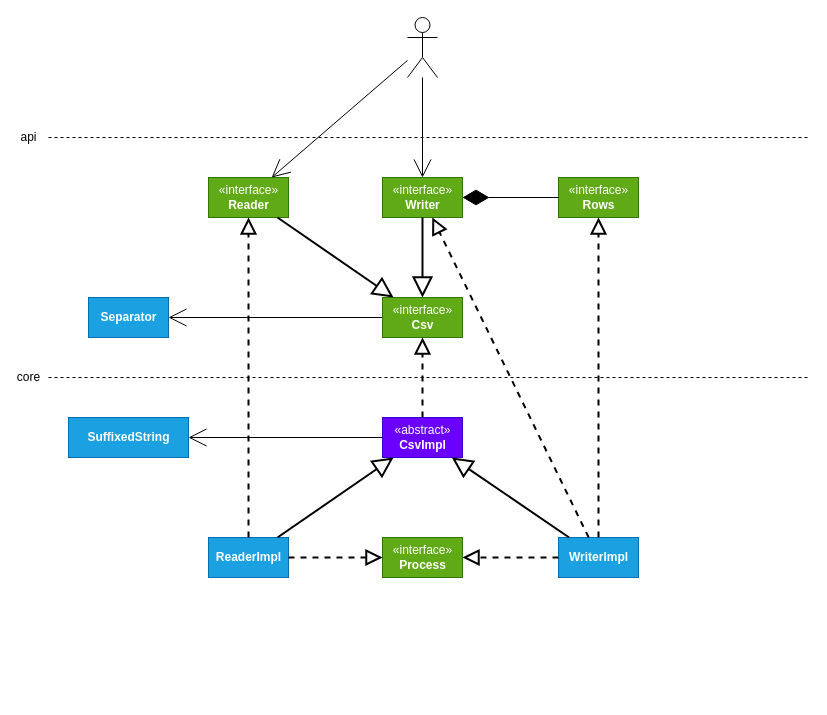
The draw.io diagram docs/type-system.drawio in kotools/types, before the edit. Source tidied: cells renumbered, new cells numbered last; positions are measured from the earlier drawing's top-left corner, leaving out a move shared by most shapes. Both pictures are drawn from the tidied source at 100%, with x=0, y=0 at pixel (48, 17).
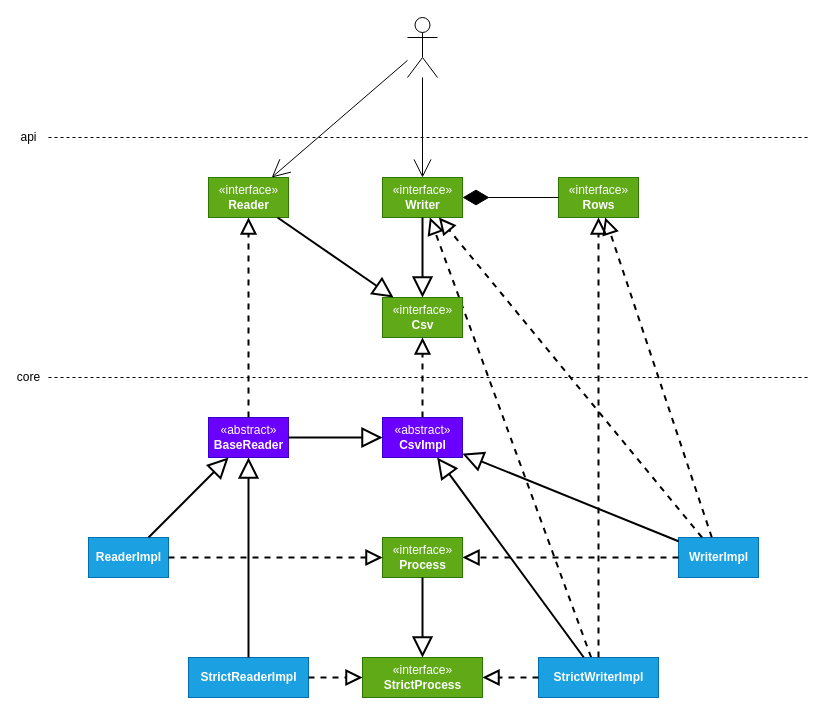
Above is the later version.

Commit message:
docs(#7): update type system docs

The change refers to these unchanged cells:
```xml
<mxCell id="5" value="«interface»&lt;br&gt;&lt;b&gt;Reader&lt;/b&gt;" style="html=1;fillColor=#60a917;fontColor=#ffffff;strokeColor=#2D7600;" parent="1" vertex="1">
  <mxGeometry x="160" y="160" width="80" height="40" as="geometry" />
</mxCell>
<mxCell id="6" value="«interface»&lt;br&gt;&lt;b&gt;Writer&lt;/b&gt;" style="html=1;fillColor=#60a917;fontColor=#ffffff;strokeColor=#2D7600;" parent="1" vertex="1">
  <mxGeometry x="334" y="160" width="80" height="40" as="geometry" />
</mxCell>
<mxCell id="8" value="«interface»&lt;br&gt;&lt;b&gt;Csv&lt;/b&gt;" style="html=1;fillColor=#60a917;fontColor=#ffffff;strokeColor=#2D7600;" parent="1" vertex="1">
  <mxGeometry x="334" y="280" width="80" height="40" as="geometry" />
</mxCell>
<mxCell id="11" value="«abstract»&lt;br&gt;&lt;b&gt;CsvImpl&lt;/b&gt;" style="html=1;fillColor=#6a00ff;fontColor=#ffffff;strokeColor=#3700CC;" parent="1" vertex="1">
  <mxGeometry x="334" y="400" width="80" height="40" as="geometry" />
</mxCell>
<mxCell id="18" value="«interface»&lt;br&gt;&lt;b&gt;Process&lt;/b&gt;" style="html=1;fillColor=#60a917;fontColor=#ffffff;strokeColor=#2D7600;" parent="1" vertex="1">
  <mxGeometry x="334" y="520" width="80" height="40" as="geometry" />
</mxCell>
<mxCell id="21" value="«interface»&lt;br&gt;&lt;b&gt;Rows&lt;/b&gt;" style="html=1;fillColor=#60a917;fontColor=#ffffff;strokeColor=#2D7600;" parent="1" vertex="1">
  <mxGeometry x="510" y="160" width="80" height="40" as="geometry" />
</mxCell>
```

Diff of the diagram source:
```diff
@@
+    <mxCell id="30" style="endArrow=block;dashed=1;endFill=0;endSize=12;html=1;rounded=0;fontSize=12;strokeWidth=2;" parent="1" edge="1" source="33" target="6">
+      <mxGeometry relative="1" as="geometry" />
+    </mxCell>
@@
-    <mxCell id="7" style="edgeStyle=none;rounded=0;jettySize=auto;html=1;fontSize=12;endArrow=open;endFill=0;endSize=16;strokeWidth=1;" parent="1" edge="1" source="8" target="28">
-      <mxGeometry relative="1" as="geometry" />
-    </mxCell>
@@
-    <mxCell id="10" style="edgeStyle=none;rounded=0;jettySize=auto;html=1;fontSize=12;endArrow=open;endFill=0;endSize=16;strokeWidth=1;" parent="1" edge="1" source="11" target="29">
-      <mxGeometry relative="1" as="geometry" />
-    </mxCell>
@@
     <mxCell id="15" value="&lt;b&gt;ReaderImpl&lt;/b&gt;" style="html=1;fillColor=#1ba1e2;fontColor=#ffffff;strokeColor=#006EAF;" parent="1" vertex="1">
-      <mxGeometry x="160" y="520" width="80" height="40" as="geometry" />
+      <mxGeometry x="40" y="520" width="80" height="40" as="geometry" />
     </mxCell>
-    <mxCell id="16" style="endArrow=block;dashed=1;endFill=0;endSize=12;html=1;rounded=0;fontSize=12;strokeWidth=2;" parent="1" edge="1" source="15" target="5">
-      <mxGeometry relative="1" as="geometry" />
-    </mxCell>
-    <mxCell id="17" style="endArrow=block;endSize=16;endFill=0;html=1;rounded=0;fontSize=12;strokeWidth=2;" parent="1" edge="1" source="15" target="11">
+    <mxCell id="17" style="endArrow=block;endSize=16;endFill=0;html=1;rounded=0;fontSize=12;strokeWidth=2;" parent="1" edge="1" source="15" target="40">
       <mxGeometry relative="1" as="geometry" />
     </mxCell>
@@
     <mxCell id="23" value="&lt;b&gt;WriterImpl&lt;/b&gt;" style="html=1;fillColor=#1ba1e2;fontColor=#ffffff;strokeColor=#006EAF;" parent="1" vertex="1">
-      <mxGeometry x="510" y="520" width="80" height="40" as="geometry" />
+      <mxGeometry x="630" y="520" width="80" height="40" as="geometry" />
     </mxCell>
@@
-    <mxCell id="28" value="&lt;b&gt;Separator&lt;/b&gt;" style="html=1;fillColor=#1ba1e2;fontColor=#ffffff;strokeColor=#006EAF;" parent="1" vertex="1">
-      <mxGeometry x="40" y="280" width="80" height="40" as="geometry" />
-    </mxCell>
-    <mxCell id="29" value="&lt;b&gt;SuffixedString&lt;/b&gt;" style="html=1;fillColor=#1ba1e2;fontColor=#ffffff;strokeColor=#006EAF;" parent="1" vertex="1">
-      <mxGeometry x="20" y="400" width="120" height="40" as="geometry" />
-    </mxCell>
+    <mxCell id="31" value="&lt;b&gt;StrictReaderImpl&lt;/b&gt;" style="html=1;fillColor=#1ba1e2;fontColor=#ffffff;strokeColor=#006EAF;" parent="1" vertex="1">
+      <mxGeometry x="140" y="640" width="120" height="40" as="geometry" />
+    </mxCell>
+    <mxCell id="32" style="endArrow=block;endSize=16;endFill=0;html=1;rounded=0;fontSize=12;strokeWidth=2;" parent="1" edge="1" source="31" target="40">
+      <mxGeometry relative="1" as="geometry" />
+    </mxCell>
+    <mxCell id="33" value="&lt;b&gt;StrictWriterImpl&lt;/b&gt;" style="html=1;fillColor=#1ba1e2;fontColor=#ffffff;strokeColor=#006EAF;" parent="1" vertex="1">
+      <mxGeometry x="490" y="640" width="120" height="40" as="geometry" />
+    </mxCell>
+    <mxCell id="34" value="«interface»&lt;br&gt;&lt;b&gt;StrictProcess&lt;/b&gt;" style="html=1;fillColor=#60a917;fontColor=#ffffff;strokeColor=#2D7600;" parent="1" vertex="1">
+      <mxGeometry x="314" y="640" width="120" height="40" as="geometry" />
+    </mxCell>
+    <mxCell id="35" style="endArrow=block;dashed=1;endFill=0;endSize=12;html=1;rounded=0;fontSize=12;strokeWidth=2;" parent="1" edge="1" source="31" target="34">
+      <mxGeometry relative="1" as="geometry" />
+    </mxCell>
+    <mxCell id="36" style="endArrow=block;dashed=1;endFill=0;endSize=12;html=1;rounded=0;fontSize=12;strokeWidth=2;" parent="1" edge="1" source="33" target="34">
+      <mxGeometry relative="1" as="geometry" />
+    </mxCell>
+    <mxCell id="37" style="endArrow=block;endSize=16;endFill=0;html=1;rounded=0;fontSize=12;strokeWidth=2;" parent="1" edge="1" source="33" target="11">
+      <mxGeometry relative="1" as="geometry" />
+    </mxCell>
+    <mxCell id="38" style="endArrow=block;dashed=1;endFill=0;endSize=12;html=1;rounded=0;fontSize=12;strokeWidth=2;" parent="1" edge="1" source="33" target="21">
+      <mxGeometry relative="1" as="geometry" />
+    </mxCell>
+    <mxCell id="39" style="endArrow=block;endSize=16;endFill=0;html=1;rounded=0;fontSize=12;strokeWidth=2;" parent="1" edge="1" source="18" target="34">
+      <mxGeometry relative="1" as="geometry" />
+    </mxCell>
+    <mxCell id="40" value="«abstract»&lt;br&gt;&lt;b&gt;BaseReader&lt;/b&gt;" style="html=1;fillColor=#6a00ff;fontColor=#ffffff;strokeColor=#3700CC;" parent="1" vertex="1">
+      <mxGeometry x="160" y="400" width="80" height="40" as="geometry" />
+    </mxCell>
+    <mxCell id="41" style="endArrow=block;endSize=16;endFill=0;html=1;rounded=0;fontSize=12;strokeWidth=2;" parent="1" edge="1" source="40" target="11">
+      <mxGeometry relative="1" as="geometry" />
+    </mxCell>
+    <mxCell id="42" style="endArrow=block;dashed=1;endFill=0;endSize=12;html=1;rounded=0;fontSize=12;strokeWidth=2;" parent="1" edge="1" source="40" target="5">
+      <mxGeometry relative="1" as="geometry" />
+    </mxCell>
```
